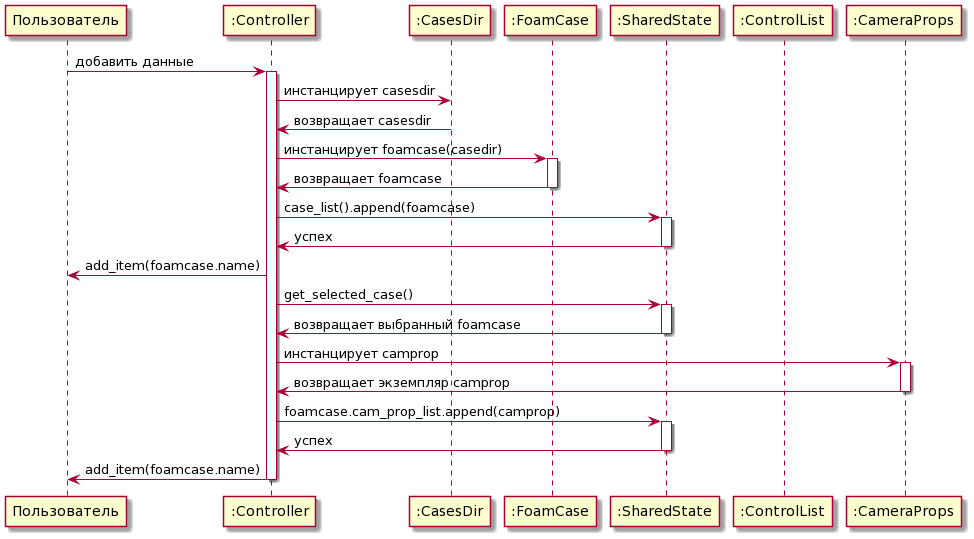
Before: fig/sequenceDiagram_addData.png, a diagram exported from PlantUML (wandel812/crs2semMag).
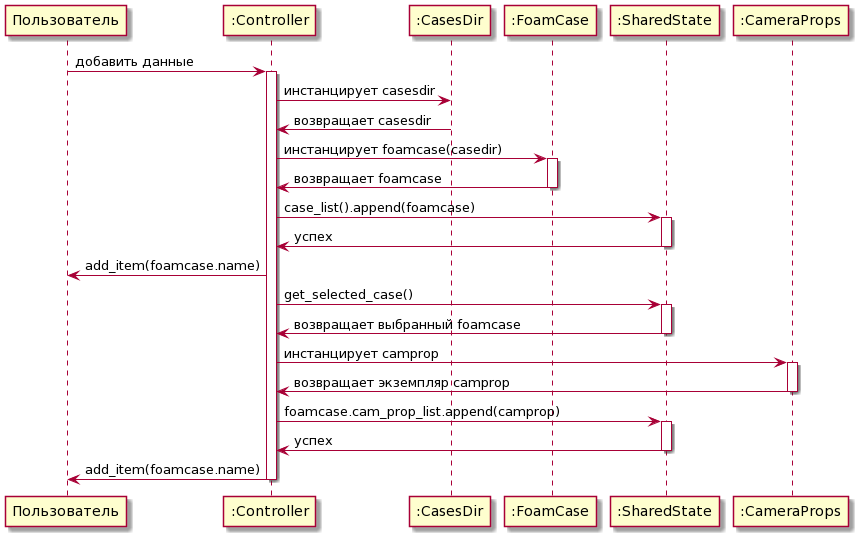
Above is the later version.

Diff of the diagram source:
```diff
@@ -1,32 +1,31 @@
 @startuml
 Пользователь -> ":Controller" : добавить данные
-activate ":Controller"
-":Controller" -> ":CasesDir" : инстанцирует casesdir
-":CasesDir" -> ":Controller" : возвращает casesdir
-":Controller" -> ":FoamCase" : инстанцирует foamcase(casedir)
-activate ":FoamCase"
-":FoamCase" -> ":Controller" : возвращает foamcase
-deactivate ":FoamCase"
-":Controller" -> ":SharedState" : case_list().append(foamcase)
-activate ":SharedState"
-":SharedState" -> ":Controller" : успех
-deactivate ":SharedState"
-":Controller" -> Пользователь : add_item(foamcase.name)
-deactivate ":FoamCase"
-deactivate ":ControlList"
-deactivate ":CasesDir"
-":Controller" -> ":SharedState" : get_selected_case()
-activate ":SharedState"
-":SharedState" -> ":Controller" : возвращает выбранный foamcase
-deactivate ":SharedState"
-":Controller" -> ":CameraProps" : инстанцирует camprop
-activate ":CameraProps"
-":CameraProps" -> ":Controller" : возвращает экземпляр camprop
-deactivate ":CameraProps"
-":Controller" -> ":SharedState" : foamcase.cam_prop_list.append(camprop)
-activate ":SharedState"
-":SharedState" -> ":Controller" : успех
-deactivate ":SharedState"
-":Controller" -> Пользователь : add_item(foamcase.name)
-deactivate ":Controller"
+	activate ":Controller"
+	":Controller" -> ":CasesDir" : инстанцирует casesdir
+	":CasesDir" -> ":Controller" : возвращает casesdir
+	":Controller" -> ":FoamCase" : инстанцирует foamcase(casedir)
+	activate ":FoamCase"
+	":FoamCase" -> ":Controller" : возвращает foamcase
+	deactivate ":FoamCase"
+	":Controller" -> ":SharedState" : case_list().append(foamcase)
+	activate ":SharedState"
+	":SharedState" -> ":Controller" : успех
+	deactivate ":SharedState"
+	":Controller" -> Пользователь : add_item(foamcase.name)
+	deactivate ":FoamCase"
+	deactivate ":CasesDir"
+	":Controller" -> ":SharedState" : get_selected_case()
+	activate ":SharedState"
+	":SharedState" -> ":Controller" : возвращает выбранный foamcase
+	deactivate ":SharedState"
+	":Controller" -> ":CameraProps" : инстанцирует camprop
+	activate ":CameraProps"
+	":CameraProps" -> ":Controller" : возвращает экземпляр camprop
+	deactivate ":CameraProps"
+	":Controller" -> ":SharedState" : foamcase.cam_prop_list.append(camprop)
+	activate ":SharedState"
+	":SharedState" -> ":Controller" : успех
+	deactivate ":SharedState"
+	":Controller" -> Пользователь : add_item(foamcase.name)
+	deactivate ":Controller"
 @enduml
```
